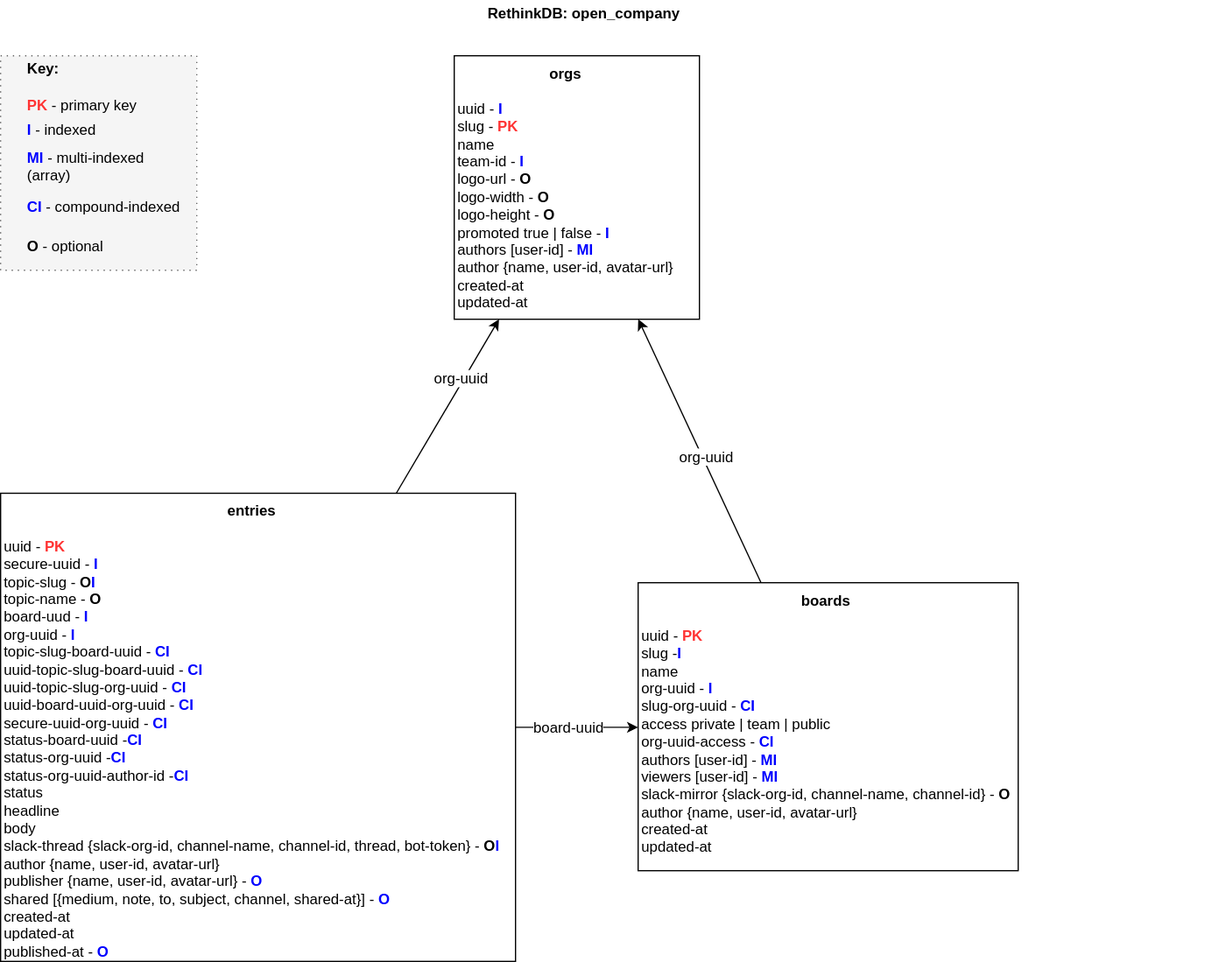
open-company/open-company-storage keeps this draw.io diagram as docs/Storage-Schema.svg. Above is the earlier version. Source tidied: cells renumbered, new cells last; positions are measured from the earlier drawing's top-left corner, leaving out a move shared by most shapes.
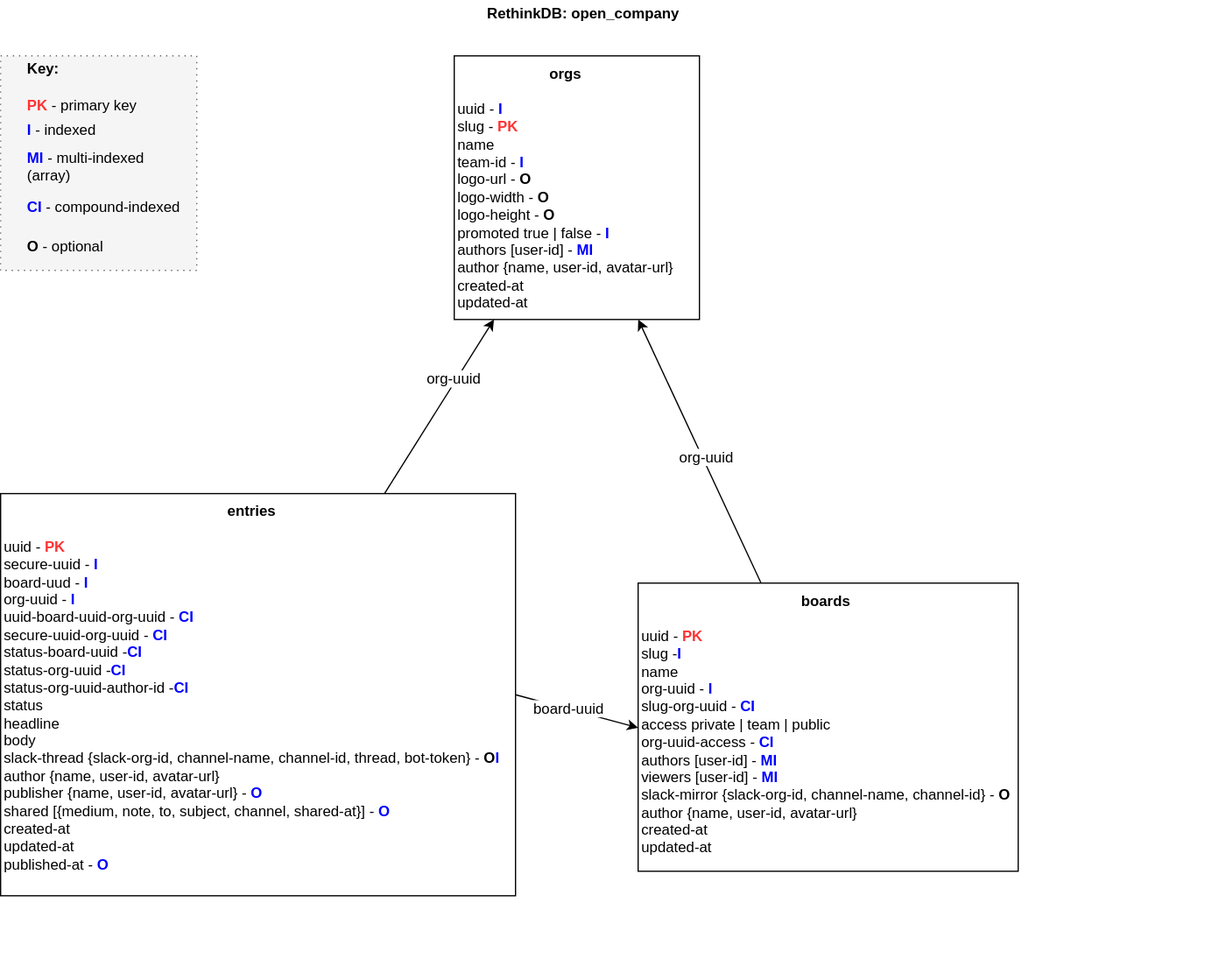
After the commit.

The edit, as a diff of the source:
```diff
@@ -41,8 +41,8 @@
     <mxCell id="13" value="&lt;div style=&quot;text-align: left&quot;&gt;&lt;b&gt;RethinkDB: open_company&lt;/b&gt;&lt;/div&gt;" style="text;html=1;strokeColor=none;fillColor=none;align=center;verticalAlign=middle;whiteSpace=wrap;dashed=1;dashPattern=1 4;fontSize=12;fontColor=#000000;" parent="1" vertex="1">
       <mxGeometry x="350" width="250" height="20" as="geometry" />
     </mxCell>
-    <mxCell id="14" value="&lt;div style=&quot;text-align: center&quot;&gt;&lt;font color=&quot;#000000&quot;&gt;&lt;b&gt;entries&lt;/b&gt;&lt;/font&gt;&lt;/div&gt;&lt;div&gt;&lt;br&gt;&lt;/div&gt;&lt;div&gt;&lt;font color=&quot;#000000&quot;&gt;uuid -&amp;nbsp;&lt;/font&gt;&lt;font color=&quot;#ff3333&quot;&gt;&lt;b&gt;PK&lt;/b&gt;&lt;/font&gt;&lt;/div&gt;&lt;div&gt;secure-uuid&amp;nbsp;&lt;font color=&quot;#000000&quot;&gt;-&amp;nbsp;&lt;/font&gt;&lt;font color=&quot;#0000ff&quot;&gt;&lt;b&gt;I&lt;/b&gt;&lt;/font&gt;&lt;/div&gt;&lt;div&gt;topic-slug - &lt;b&gt;O&lt;/b&gt;&lt;b&gt;&lt;font color=&quot;#0000ff&quot;&gt;I&lt;/font&gt;&lt;/b&gt;&lt;/div&gt;&lt;div&gt;topic-name - &lt;b&gt;O&lt;font color=&quot;#0000ff&quot;&gt;&lt;br&gt;&lt;/font&gt;&lt;/b&gt;&lt;/div&gt;&lt;div&gt;&lt;font color=&quot;#000000&quot;&gt;board-uud -&amp;nbsp;&lt;/font&gt;&lt;font color=&quot;#0000ff&quot;&gt;&lt;b&gt;I&lt;/b&gt;&lt;/font&gt;&lt;/div&gt;&lt;div&gt;&lt;font color=&quot;#000000&quot;&gt;org-uuid -&amp;nbsp;&lt;/font&gt;&lt;font color=&quot;#0000ff&quot;&gt;&lt;b&gt;I&lt;/b&gt;&lt;/font&gt;&lt;br&gt;&lt;/div&gt;&lt;div&gt;topic-slug-board-uuid&amp;nbsp;&lt;font color=&quot;#000000&quot;&gt;-&amp;nbsp;&lt;/font&gt;&lt;font color=&quot;#0000ff&quot;&gt;&lt;b&gt;CI&lt;/b&gt;&lt;/font&gt;&lt;/div&gt;&lt;div&gt;&lt;div&gt;&lt;div&gt;uuid-topic-slug-board-uuid&amp;nbsp;&lt;font color=&quot;#000000&quot;&gt;-&amp;nbsp;&lt;/font&gt;&lt;font color=&quot;#0000ff&quot;&gt;&lt;b&gt;CI&lt;/b&gt;&lt;/font&gt;&lt;/div&gt;&lt;div&gt;uuid-topic-slug-org-uuid&amp;nbsp;&lt;font color=&quot;#000000&quot;&gt;-&amp;nbsp;&lt;/font&gt;&lt;font color=&quot;#0000ff&quot;&gt;&lt;b&gt;CI&lt;/b&gt;&lt;/font&gt;&lt;/div&gt;&lt;/div&gt;&lt;/div&gt;&lt;div&gt;&lt;div&gt;uuid-board-uuid-org-uuid&amp;nbsp;&lt;font color=&quot;#000000&quot;&gt;-&amp;nbsp;&lt;/font&gt;&lt;font color=&quot;#0000ff&quot;&gt;&lt;b&gt;CI&lt;/b&gt;&lt;/font&gt;&lt;/div&gt;&lt;/div&gt;&lt;div&gt;&lt;div&gt;secure-uuid-org-uuid&amp;nbsp;&lt;font color=&quot;#000000&quot;&gt;-&amp;nbsp;&lt;/font&gt;&lt;font color=&quot;#0000ff&quot;&gt;&lt;b&gt;CI&lt;/b&gt;&lt;/font&gt;&lt;/div&gt;&lt;/div&gt;&lt;div&gt;&lt;div&gt;status-board-uuid&amp;nbsp;&lt;font color=&quot;#000000&quot;&gt;-&lt;/font&gt;&lt;font color=&quot;#0000ff&quot;&gt;&lt;b&gt;CI&lt;/b&gt;&lt;/font&gt;&lt;/div&gt;&lt;/div&gt;&lt;div&gt;&lt;div&gt;status-org-uuid&amp;nbsp;&lt;font color=&quot;#000000&quot;&gt;-&lt;/font&gt;&lt;font color=&quot;#0000ff&quot;&gt;&lt;b&gt;CI&lt;/b&gt;&lt;/font&gt;&lt;/div&gt;&lt;/div&gt;&lt;div&gt;&lt;div&gt;status-org-uuid-author-id&amp;nbsp;&lt;font color=&quot;#000000&quot;&gt;-&lt;/font&gt;&lt;font color=&quot;#0000ff&quot;&gt;&lt;b&gt;CI&lt;/b&gt;&lt;/font&gt;&lt;/div&gt;&lt;/div&gt;&lt;div&gt;&lt;span&gt;status&lt;/span&gt;&lt;/div&gt;&lt;div&gt;&lt;span&gt;headline&lt;/span&gt;&lt;br&gt;&lt;/div&gt;&lt;div&gt;&lt;span&gt;body&lt;/span&gt;&lt;/div&gt;&lt;div&gt;&lt;div&gt;slack-thread {slack-org-id, channel-name, channel-id, thread, bot-token} -&amp;nbsp;&lt;b&gt;O&lt;font color=&quot;#0000ff&quot;&gt;I&lt;/font&gt;&lt;/b&gt;&lt;/div&gt;&lt;/div&gt;&lt;div&gt;&lt;span&gt;author {name, user-id, avatar-url}&lt;/span&gt;&lt;br&gt;&lt;/div&gt;&lt;div&gt;publisher&amp;nbsp;{name, user-id, avatar-url} - &lt;b&gt;&lt;font color=&quot;#0000ff&quot;&gt;O&lt;/font&gt;&lt;/b&gt;&lt;/div&gt;&lt;div&gt;&lt;span&gt;shared [{medium, note, to, subject, channel, shared-at}]&amp;nbsp;&lt;/span&gt;&lt;span&gt;-&amp;nbsp;&lt;/span&gt;&lt;b&gt;&lt;font color=&quot;#0000ff&quot;&gt;O&lt;/font&gt;&lt;/b&gt;&lt;/div&gt;&lt;div&gt;&lt;span&gt;created-at&lt;/span&gt;&lt;br&gt;&lt;/div&gt;&lt;div&gt;&lt;font color=&quot;#000000&quot;&gt;updated-at&lt;/font&gt;&lt;/div&gt;&lt;div&gt;&lt;font color=&quot;#000000&quot;&gt;published-at&amp;nbsp;&lt;/font&gt;&lt;span&gt;-&amp;nbsp;&lt;/span&gt;&lt;b&gt;&lt;font color=&quot;#0000ff&quot;&gt;O&lt;/font&gt;&lt;/b&gt;&lt;/div&gt;" style="whiteSpace=wrap;html=1;fontSize=12;fontColor=#000000;align=left;verticalAlign=top;" parent="1" vertex="1">
-      <mxGeometry y="402" width="420" height="382" as="geometry" />
+    <mxCell id="14" value="&lt;div style=&quot;text-align: center&quot;&gt;&lt;font color=&quot;#000000&quot;&gt;&lt;b&gt;entries&lt;/b&gt;&lt;/font&gt;&lt;/div&gt;&lt;div&gt;&lt;br&gt;&lt;/div&gt;&lt;div&gt;&lt;font color=&quot;#000000&quot;&gt;uuid -&amp;nbsp;&lt;/font&gt;&lt;font color=&quot;#ff3333&quot;&gt;&lt;b&gt;PK&lt;/b&gt;&lt;/font&gt;&lt;/div&gt;&lt;div&gt;secure-uuid&amp;nbsp;&lt;font color=&quot;#000000&quot;&gt;-&amp;nbsp;&lt;/font&gt;&lt;font color=&quot;#0000ff&quot;&gt;&lt;b&gt;I&lt;/b&gt;&lt;/font&gt;&lt;/div&gt;&lt;font color=&quot;#000000&quot;&gt;board-uud -&amp;nbsp;&lt;/font&gt;&lt;font color=&quot;#0000ff&quot;&gt;&lt;b&gt;I&lt;/b&gt;&lt;/font&gt;&lt;div&gt;&lt;font color=&quot;#000000&quot;&gt;org-uuid -&amp;nbsp;&lt;/font&gt;&lt;font color=&quot;#0000ff&quot;&gt;&lt;b&gt;I&lt;/b&gt;&lt;/font&gt;&lt;br&gt;&lt;/div&gt;&lt;div&gt;uuid-board-uuid-org-uuid&amp;nbsp;&lt;font color=&quot;#000000&quot;&gt;-&amp;nbsp;&lt;/font&gt;&lt;font color=&quot;#0000ff&quot;&gt;&lt;b&gt;CI&lt;/b&gt;&lt;/font&gt;&lt;/div&gt;&lt;div&gt;&lt;div&gt;secure-uuid-org-uuid&amp;nbsp;&lt;font color=&quot;#000000&quot;&gt;-&amp;nbsp;&lt;/font&gt;&lt;font color=&quot;#0000ff&quot;&gt;&lt;b&gt;CI&lt;/b&gt;&lt;/font&gt;&lt;/div&gt;&lt;/div&gt;&lt;div&gt;&lt;div&gt;status-board-uuid&amp;nbsp;&lt;font color=&quot;#000000&quot;&gt;-&lt;/font&gt;&lt;font color=&quot;#0000ff&quot;&gt;&lt;b&gt;CI&lt;/b&gt;&lt;/font&gt;&lt;/div&gt;&lt;/div&gt;&lt;div&gt;&lt;div&gt;status-org-uuid&amp;nbsp;&lt;font color=&quot;#000000&quot;&gt;-&lt;/font&gt;&lt;font color=&quot;#0000ff&quot;&gt;&lt;b&gt;CI&lt;/b&gt;&lt;/font&gt;&lt;/div&gt;&lt;/div&gt;&lt;div&gt;&lt;div&gt;status-org-uuid-author-id&amp;nbsp;&lt;font color=&quot;#000000&quot;&gt;-&lt;/font&gt;&lt;font color=&quot;#0000ff&quot;&gt;&lt;b&gt;CI&lt;/b&gt;&lt;/font&gt;&lt;/div&gt;&lt;/div&gt;&lt;div&gt;&lt;span&gt;status&lt;/span&gt;&lt;/div&gt;&lt;div&gt;&lt;span&gt;headline&lt;/span&gt;&lt;br&gt;&lt;/div&gt;&lt;div&gt;&lt;span&gt;body&lt;/span&gt;&lt;/div&gt;&lt;div&gt;&lt;div&gt;slack-thread {slack-org-id, channel-name, channel-id, thread, bot-token} -&amp;nbsp;&lt;b&gt;O&lt;font color=&quot;#0000ff&quot;&gt;I&lt;/font&gt;&lt;/b&gt;&lt;/div&gt;&lt;/div&gt;&lt;div&gt;&lt;span&gt;author {name, user-id, avatar-url}&lt;/span&gt;&lt;br&gt;&lt;/div&gt;&lt;div&gt;publisher&amp;nbsp;{name, user-id, avatar-url} - &lt;b&gt;&lt;font color=&quot;#0000ff&quot;&gt;O&lt;/font&gt;&lt;/b&gt;&lt;/div&gt;&lt;div&gt;&lt;span&gt;shared [{medium, note, to, subject, channel, shared-at}]&amp;nbsp;&lt;/span&gt;&lt;span&gt;-&amp;nbsp;&lt;/span&gt;&lt;b&gt;&lt;font color=&quot;#0000ff&quot;&gt;O&lt;/font&gt;&lt;/b&gt;&lt;/div&gt;&lt;div&gt;&lt;span&gt;created-at&lt;/span&gt;&lt;br&gt;&lt;/div&gt;&lt;div&gt;&lt;font color=&quot;#000000&quot;&gt;updated-at&lt;/font&gt;&lt;/div&gt;&lt;div&gt;&lt;font color=&quot;#000000&quot;&gt;published-at&amp;nbsp;&lt;/font&gt;&lt;span&gt;-&amp;nbsp;&lt;/span&gt;&lt;b&gt;&lt;font color=&quot;#0000ff&quot;&gt;O&lt;/font&gt;&lt;/b&gt;&lt;/div&gt;" style="whiteSpace=wrap;html=1;fontSize=12;fontColor=#000000;align=left;verticalAlign=top;" parent="1" vertex="1">
+      <mxGeometry y="402" width="420" height="328" as="geometry" />
     </mxCell>
     <mxCell id="15" style="edgeStyle=orthogonalEdgeStyle;rounded=0;html=1;exitX=1;exitY=0.5;entryX=1;entryY=0.5;endArrow=none;endFill=0;jettySize=auto;orthogonalLoop=1;strokeColor=#000000;fontSize=12;fontColor=#000000;" parent="1" edge="1" source="3" target="3">
       <mxGeometry relative="1" as="geometry" />
```
